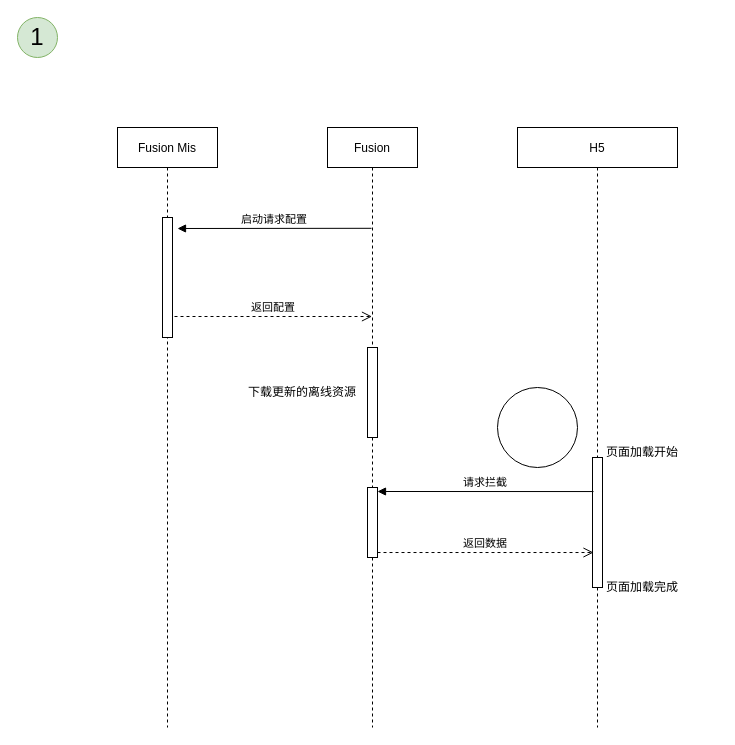
The draw.io diagram work/离线包加载流程.drawio in MitnickX/drawIO, before the edit. Source tidied: cells renumbered, new cells numbered last; positions are measured from the earlier drawing's top-left corner, leaving out a move shared by most shapes. Both pictures are drawn from the tidied source at 100%, with x=0, y=0 at pixel (17, 17).
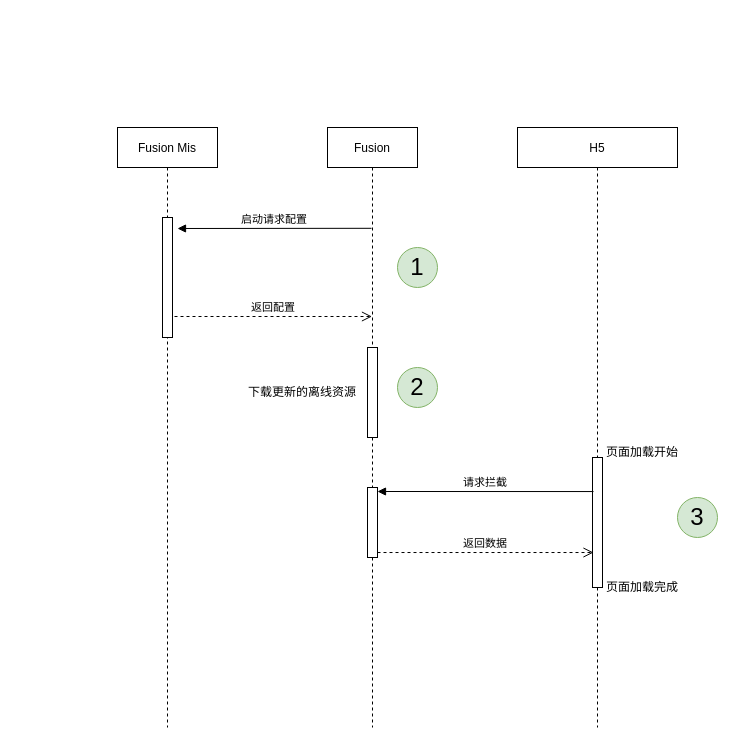
Above is the later version.

Commit message (it also covers changes not shown here):
更新离线包加载流程.drawio

Diff of the diagram source:
```diff
@@
-    <mxCell id="16" style="ellipse;whiteSpace=wrap;html=1;" parent="1" vertex="1">
-      <mxGeometry x="480" y="370" width="80" height="80" as="geometry" />
-    </mxCell>
     <mxCell id="17" value="1" style="ellipse;whiteSpace=wrap;html=1;fontSize=24;fillColor=#d5e8d4;strokeColor=#82b366;" parent="1" vertex="1">
-      <mxGeometry width="40" height="40" as="geometry" />
+      <mxGeometry x="380" y="230" width="40" height="40" as="geometry" />
     </mxCell>
+    <mxCell id="18" value="2" style="ellipse;whiteSpace=wrap;html=1;fontSize=24;fillColor=#d5e8d4;strokeColor=#82b366;" parent="1" vertex="1">
+      <mxGeometry x="380" y="350" width="40" height="40" as="geometry" />
+    </mxCell>
+    <mxCell id="19" value="3" style="ellipse;whiteSpace=wrap;html=1;fontSize=24;fillColor=#d5e8d4;strokeColor=#82b366;" parent="1" vertex="1">
+      <mxGeometry x="660" y="480" width="40" height="40" as="geometry" />
+    </mxCell>
```
